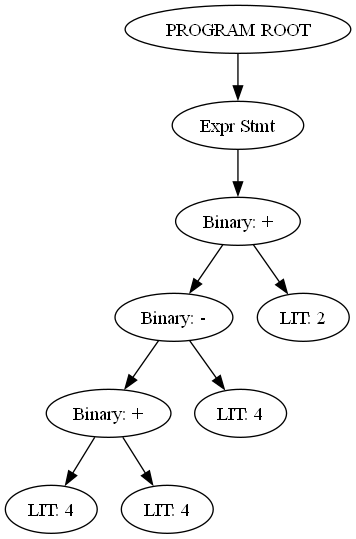
The Graphviz diagram ast.png in dawabeza/MY-LAGUAGE, before a commit. Its source is kept beside it as ast.dot.
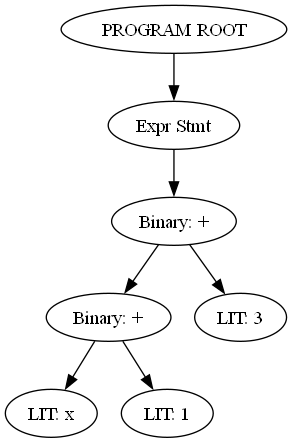
After the commit.

The edit, as a diff of the source:
```diff
@@ -5,16 +5,12 @@
     N0 -> N1;
     N2 [label="Binary: +"];
     N1 -> N2;
-    N3 [label="Binary: -"];
+    N3 [label="Binary: +"];
     N2 -> N3;
-    N4 [label="Binary: +"];
+    N4 [label="LIT: x"];
     N3 -> N4;
-    N5 [label="LIT: 4"];
-    N4 -> N5;
-    N6 [label="LIT: 4"];
-    N4 -> N6;
-    N7 [label="LIT: 4"];
-    N3 -> N7;
-    N8 [label="LIT: 2"];
-    N2 -> N8;
+    N5 [label="LIT: 1"];
+    N3 -> N5;
+    N6 [label="LIT: 3"];
+    N2 -> N6;
 }
```
